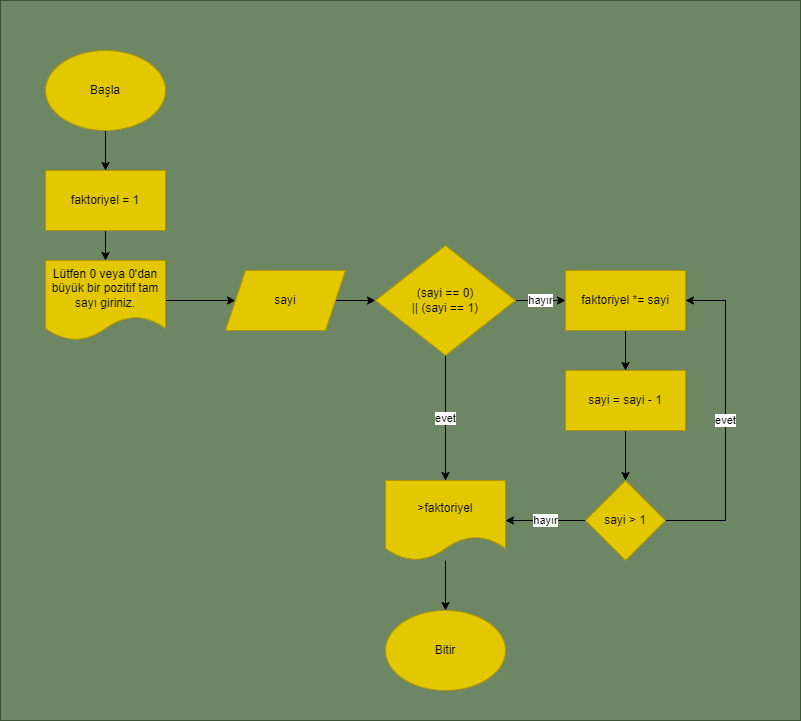
This is Factorial/Factorial.drawio.png from ramazanaltintop/algorithm-flow-charts, a draw.io export, as it was before one commit. Source tidied: cells renumbered, new cells last; positions are measured from the earlier drawing's top-left corner, leaving out a move shared by most shapes.
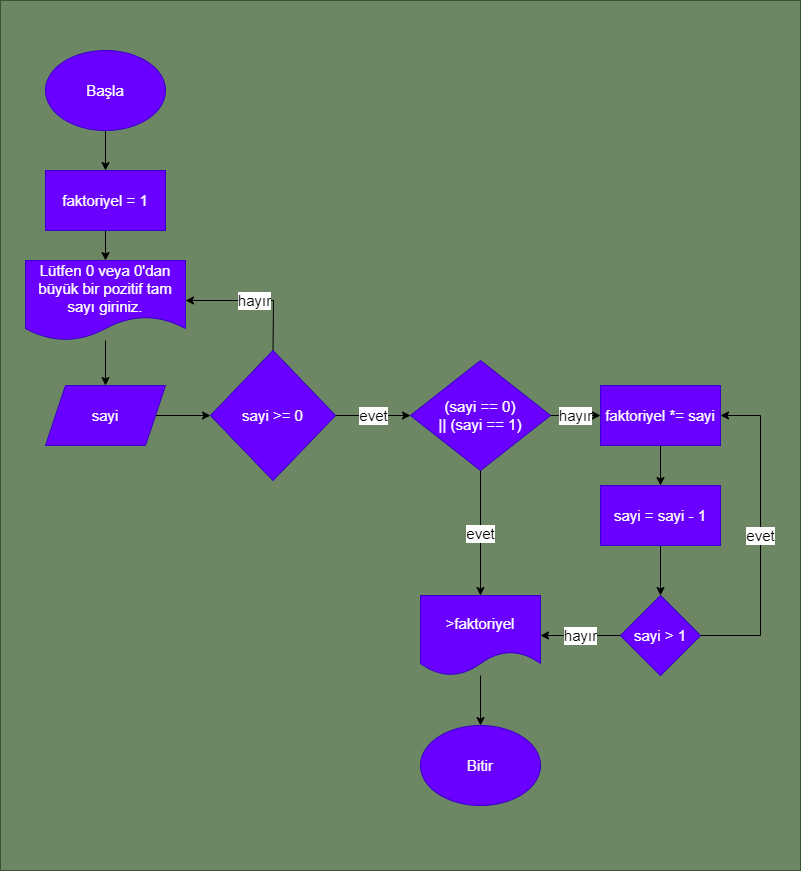
After the commit.

The edit, as a diff of the source:
```diff
@@ -2,61 +2,61 @@
   <root>
     <mxCell id="0" />
     <mxCell id="1" parent="0" />
-    <mxCell id="2" style="rounded=0;whiteSpace=wrap;html=1;fontFamily=Helvetica;fontSize=11;fillColor=#6d8764;strokeColor=#3A5431;fontColor=#ffffff;" parent="1" vertex="1">
-      <mxGeometry width="800" height="720" as="geometry" />
+    <mxCell id="2" style="rounded=0;whiteSpace=wrap;html=1;fontFamily=Helvetica;fontSize=15;fillColor=#6d8764;strokeColor=#3A5431;fontColor=#ffffff;" parent="1" vertex="1">
+      <mxGeometry x="-35" y="-115" width="800" height="870" as="geometry" />
     </mxCell>
-    <mxCell id="3" style="edgeStyle=none;html=1;exitX=0.5;exitY=1;exitDx=0;exitDy=0;" parent="1" edge="1" source="10" target="7">
+    <mxCell id="3" style="edgeStyle=none;html=1;exitX=0.5;exitY=1;exitDx=0;exitDy=0;fontSize=15;" parent="1" edge="1" source="10" target="7">
       <mxGeometry relative="1" as="geometry" />
     </mxCell>
-    <mxCell id="4" style="edgeStyle=none;html=1;" parent="1" edge="1" source="5" target="10">
+    <mxCell id="4" style="edgeStyle=none;html=1;fontSize=15;" parent="1" edge="1" source="5" target="10">
       <mxGeometry relative="1" as="geometry" />
     </mxCell>
-    <mxCell id="5" value="Başla" style="ellipse;whiteSpace=wrap;html=1;fillColor=#e3c800;strokeColor=#B09500;fontColor=#000000;" parent="1" vertex="1">
-      <mxGeometry x="45" y="50" width="120" height="80" as="geometry" />
+    <mxCell id="5" value="Başla" style="ellipse;whiteSpace=wrap;html=1;fillColor=#6a00ff;strokeColor=#3700CC;fontColor=#ffffff;fontSize=15;" parent="1" vertex="1">
+      <mxGeometry x="10" y="-65" width="120" height="80" as="geometry" />
     </mxCell>
-    <mxCell id="6" style="edgeStyle=none;html=1;" parent="1" edge="1" source="7" target="9">
+    <mxCell id="6" style="edgeStyle=none;html=1;fontSize=15;" parent="1" edge="1" source="7" target="9">
       <mxGeometry relative="1" as="geometry" />
     </mxCell>
-    <mxCell id="7" value="Lütfen 0 veya 0'dan büyük bir pozitif tam sayı giriniz." style="shape=document;whiteSpace=wrap;html=1;boundedLbl=1;fillColor=#e3c800;fontColor=#000000;strokeColor=#B09500;" parent="1" vertex="1">
-      <mxGeometry x="45" y="260" width="120" height="80" as="geometry" />
+    <mxCell id="7" value="Lütfen 0 veya 0'dan büyük bir pozitif tam sayı giriniz." style="shape=document;whiteSpace=wrap;html=1;boundedLbl=1;fillColor=#6a00ff;fontColor=#ffffff;strokeColor=#3700CC;fontSize=15;" parent="1" vertex="1">
+      <mxGeometry x="-10" y="145" width="160" height="80" as="geometry" />
     </mxCell>
-    <mxCell id="8" style="edgeStyle=none;html=1;" parent="1" edge="1" source="9" target="13">
+    <mxCell id="8" style="edgeStyle=none;html=1;entryX=0;entryY=0.5;entryDx=0;entryDy=0;fontSize=15;" parent="1" edge="1" source="9" target="26">
       <mxGeometry relative="1" as="geometry" />
     </mxCell>
-    <mxCell id="9" value="sayi" style="shape=parallelogram;perimeter=parallelogramPerimeter;whiteSpace=wrap;html=1;fixedSize=1;fillColor=#e3c800;fontColor=#000000;strokeColor=#B09500;" parent="1" vertex="1">
-      <mxGeometry x="225" y="270" width="120" height="60" as="geometry" />
+    <mxCell id="9" value="sayi" style="shape=parallelogram;perimeter=parallelogramPerimeter;whiteSpace=wrap;html=1;fixedSize=1;fillColor=#6a00ff;fontColor=#ffffff;strokeColor=#3700CC;fontSize=15;" parent="1" vertex="1">
+      <mxGeometry x="10" y="270" width="120" height="60" as="geometry" />
     </mxCell>
-    <mxCell id="10" value="faktoriyel = 1" style="rounded=0;whiteSpace=wrap;html=1;fillColor=#e3c800;fontColor=#000000;strokeColor=#B09500;" parent="1" vertex="1">
-      <mxGeometry x="45" y="170" width="120" height="60" as="geometry" />
+    <mxCell id="10" value="faktoriyel = 1" style="rounded=0;whiteSpace=wrap;html=1;fillColor=#6a00ff;fontColor=#ffffff;strokeColor=#3700CC;fontSize=15;" parent="1" vertex="1">
+      <mxGeometry x="10" y="55" width="120" height="60" as="geometry" />
     </mxCell>
-    <mxCell id="11" value="evet" style="edgeStyle=none;html=1;" parent="1" edge="1" source="13" target="15">
+    <mxCell id="11" value="evet" style="edgeStyle=none;html=1;fontSize=15;" parent="1" edge="1" source="13" target="15">
       <mxGeometry relative="1" as="geometry" />
     </mxCell>
-    <mxCell id="12" value="hayır" style="edgeStyle=none;html=1;" parent="1" edge="1" source="13" target="17">
+    <mxCell id="12" value="hayır" style="edgeStyle=none;html=1;fontSize=15;" parent="1" edge="1" source="13" target="17">
       <mxGeometry relative="1" as="geometry" />
     </mxCell>
-    <mxCell id="13" value="(sayi == 0) &lt;br&gt;|| (sayi == 1)" style="rhombus;whiteSpace=wrap;html=1;fillColor=#e3c800;fontColor=#000000;strokeColor=#B09500;" parent="1" vertex="1">
+    <mxCell id="13" value="(sayi == 0) &lt;br style=&quot;font-size: 15px;&quot;&gt;|| (sayi == 1)" style="rhombus;whiteSpace=wrap;html=1;fillColor=#6a00ff;fontColor=#ffffff;strokeColor=#3700CC;fontSize=15;" parent="1" vertex="1">
       <mxGeometry x="375" y="245" width="140" height="110" as="geometry" />
     </mxCell>
-    <mxCell id="14" style="edgeStyle=none;shape=connector;rounded=1;html=1;labelBackgroundColor=default;strokeColor=default;fontFamily=Helvetica;fontSize=11;fontColor=default;endArrow=classic;" parent="1" edge="1" source="15" target="23">
+    <mxCell id="14" style="edgeStyle=none;shape=connector;rounded=1;html=1;labelBackgroundColor=default;strokeColor=default;fontFamily=Helvetica;fontSize=15;fontColor=default;endArrow=classic;" parent="1" edge="1" source="15" target="23">
       <mxGeometry relative="1" as="geometry" />
     </mxCell>
-    <mxCell id="15" value="&amp;gt;faktoriyel" style="shape=document;whiteSpace=wrap;html=1;boundedLbl=1;fillColor=#e3c800;fontColor=#000000;strokeColor=#B09500;" parent="1" vertex="1">
+    <mxCell id="15" value="&amp;gt;faktoriyel" style="shape=document;whiteSpace=wrap;html=1;boundedLbl=1;fillColor=#6a00ff;fontColor=#ffffff;strokeColor=#3700CC;fontSize=15;" parent="1" vertex="1">
       <mxGeometry x="385" y="480" width="120" height="80" as="geometry" />
     </mxCell>
-    <mxCell id="16" style="edgeStyle=none;html=1;" parent="1" edge="1" source="17" target="19">
+    <mxCell id="16" style="edgeStyle=none;html=1;fontSize=15;" parent="1" edge="1" source="17" target="19">
       <mxGeometry relative="1" as="geometry" />
     </mxCell>
-    <mxCell id="17" value="faktoriyel *= sayi" style="rounded=0;whiteSpace=wrap;html=1;fillColor=#e3c800;fontColor=#000000;strokeColor=#B09500;" parent="1" vertex="1">
+    <mxCell id="17" value="faktoriyel *= sayi" style="rounded=0;whiteSpace=wrap;html=1;fillColor=#6a00ff;fontColor=#ffffff;strokeColor=#3700CC;fontSize=15;" parent="1" vertex="1">
       <mxGeometry x="565" y="270" width="120" height="60" as="geometry" />
     </mxCell>
-    <mxCell id="18" style="edgeStyle=none;html=1;" parent="1" edge="1" source="19" target="22">
+    <mxCell id="18" style="edgeStyle=none;html=1;fontSize=15;" parent="1" edge="1" source="19" target="22">
       <mxGeometry relative="1" as="geometry" />
     </mxCell>
-    <mxCell id="19" value="sayi = sayi - 1" style="rounded=0;whiteSpace=wrap;html=1;fillColor=#e3c800;fontColor=#000000;strokeColor=#B09500;" parent="1" vertex="1">
+    <mxCell id="19" value="sayi = sayi - 1" style="rounded=0;whiteSpace=wrap;html=1;fillColor=#6a00ff;fontColor=#ffffff;strokeColor=#3700CC;fontSize=15;" parent="1" vertex="1">
       <mxGeometry x="565" y="370" width="120" height="60" as="geometry" />
     </mxCell>
-    <mxCell id="20" value="evet" style="edgeStyle=none;html=1;entryX=1;entryY=0.5;entryDx=0;entryDy=0;rounded=0;" parent="1" edge="1" source="22" target="17">
+    <mxCell id="20" value="evet" style="edgeStyle=none;html=1;entryX=1;entryY=0.5;entryDx=0;entryDy=0;rounded=0;fontSize=15;" parent="1" edge="1" source="22" target="17">
       <mxGeometry relative="1" as="geometry">
         <Array as="points">
           <mxPoint x="725" y="520" />
@@ -65,14 +65,27 @@
         </Array>
       </mxGeometry>
     </mxCell>
-    <mxCell id="21" value="hayır" style="edgeStyle=none;shape=connector;rounded=1;html=1;labelBackgroundColor=default;strokeColor=default;fontFamily=Helvetica;fontSize=11;fontColor=default;endArrow=classic;" parent="1" edge="1" source="22" target="15">
+    <mxCell id="21" value="hayır" style="edgeStyle=none;shape=connector;rounded=1;html=1;labelBackgroundColor=default;strokeColor=default;fontFamily=Helvetica;fontSize=15;fontColor=default;endArrow=classic;" parent="1" edge="1" source="22" target="15">
       <mxGeometry relative="1" as="geometry" />
     </mxCell>
-    <mxCell id="22" value="sayi &amp;gt; 1" style="rhombus;whiteSpace=wrap;html=1;fillColor=#e3c800;fontColor=#000000;strokeColor=#B09500;" parent="1" vertex="1">
+    <mxCell id="22" value="sayi &amp;gt; 1" style="rhombus;whiteSpace=wrap;html=1;fillColor=#6a00ff;fontColor=#ffffff;strokeColor=#3700CC;fontSize=15;" parent="1" vertex="1">
       <mxGeometry x="585" y="480" width="80" height="80" as="geometry" />
     </mxCell>
-    <mxCell id="23" value="Bitir" style="ellipse;whiteSpace=wrap;html=1;fillColor=#e3c800;fontColor=#000000;strokeColor=#B09500;" parent="1" vertex="1">
+    <mxCell id="23" value="Bitir" style="ellipse;whiteSpace=wrap;html=1;fillColor=#6a00ff;fontColor=#ffffff;strokeColor=#3700CC;fontSize=15;" parent="1" vertex="1">
       <mxGeometry x="385" y="610" width="120" height="80" as="geometry" />
     </mxCell>
+    <mxCell id="24" value="hayır" style="edgeStyle=none;html=1;exitX=0.5;exitY=0;exitDx=0;exitDy=0;entryX=1;entryY=0.5;entryDx=0;entryDy=0;rounded=0;fontSize=15;" parent="1" edge="1" source="26" target="7">
+      <mxGeometry relative="1" as="geometry">
+        <Array as="points">
+          <mxPoint x="238" y="185" />
+        </Array>
+      </mxGeometry>
+    </mxCell>
+    <mxCell id="25" value="evet" style="edgeStyle=none;rounded=0;html=1;exitX=1;exitY=0.5;exitDx=0;exitDy=0;fontSize=15;" parent="1" edge="1" source="26" target="13">
+      <mxGeometry relative="1" as="geometry" />
+    </mxCell>
+    <mxCell id="26" value="sayi &amp;gt;= 0" style="rhombus;whiteSpace=wrap;html=1;fillColor=#6a00ff;fontColor=#ffffff;strokeColor=#3700CC;fontSize=15;" parent="1" vertex="1">
+      <mxGeometry x="175" y="235" width="125" height="130" as="geometry" />
+    </mxCell>
   </root>
 </mxGraphModel>
```
